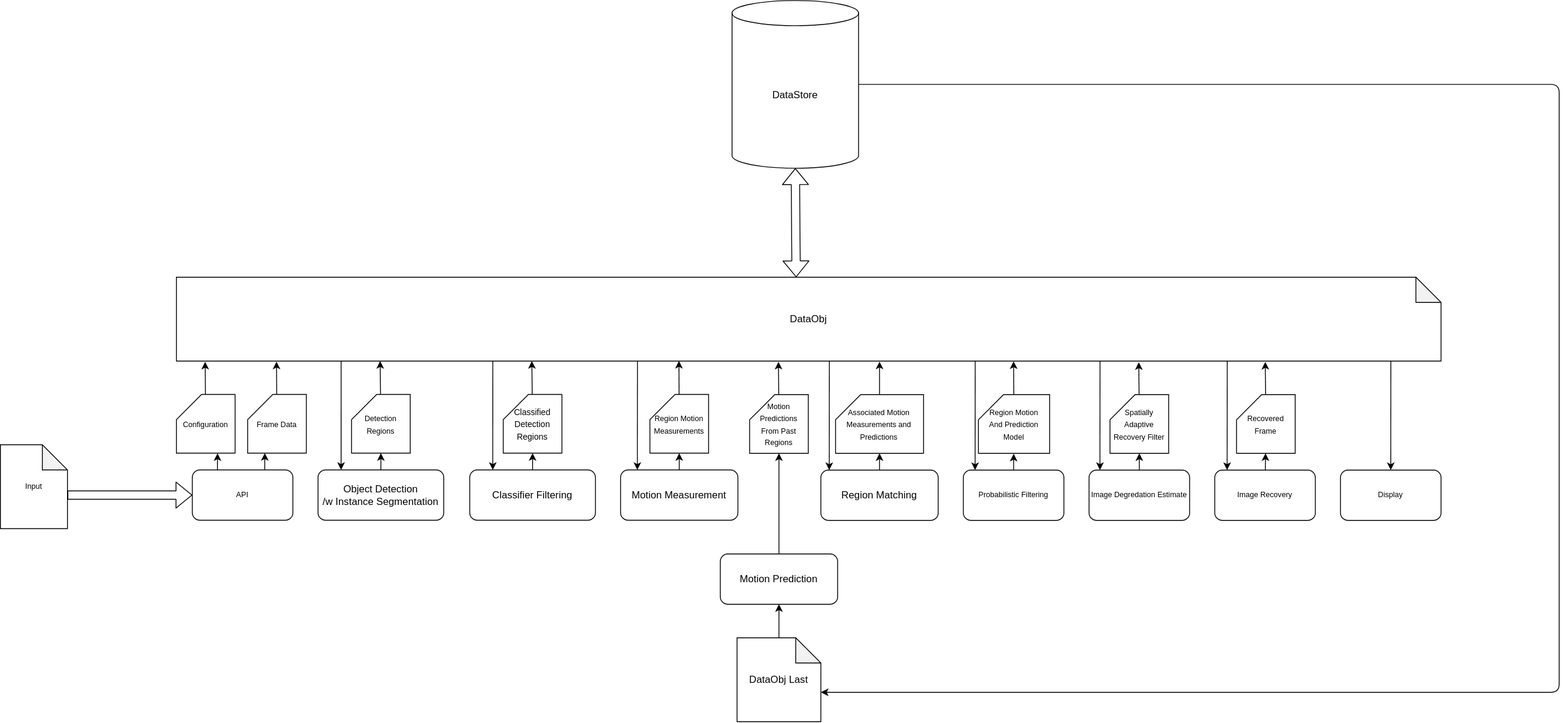
emlyons/mcf keeps this draw.io diagram as docs/dataflow.drawio.svg. Above is the earlier version. Source tidied: cells renumbered, new cells last; positions are measured from the earlier drawing's top-left corner, leaving out a move shared by most shapes.
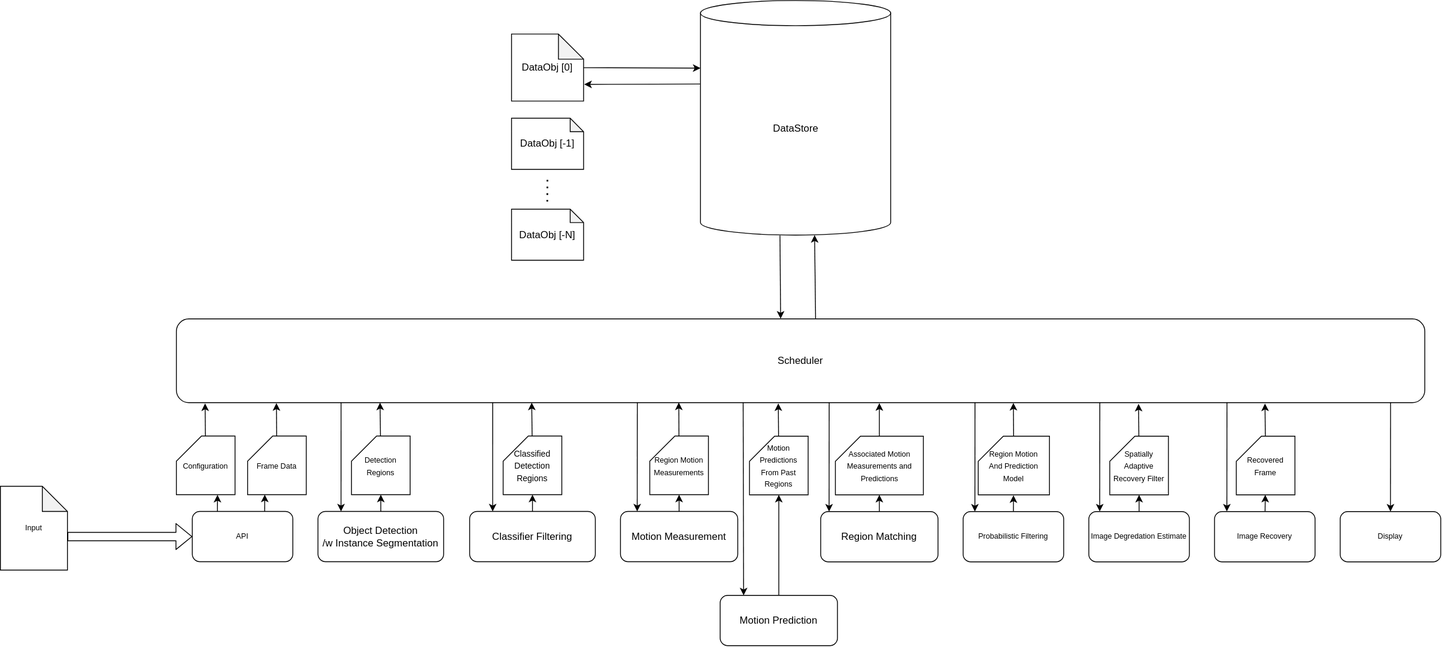
The same diagram one commit later.

Commit message:
added scheduler to design docs

The edit, as a diff of the source:
```diff
@@ -2,17 +2,6 @@
   <root>
     <mxCell id="0" />
     <mxCell id="1" parent="0" />
-    <mxCell id="2" style="edgeStyle=none;html=1;entryX=0;entryY=0;entryDx=100;entryDy=65;entryPerimeter=0;fontSize=9;exitX=1;exitY=0.5;exitDx=0;exitDy=0;exitPerimeter=0;" parent="1" edge="1" source="56" target="46">
-      <mxGeometry relative="1" as="geometry">
-        <Array as="points">
-          <mxPoint x="1860" y="100" />
-          <mxPoint x="1860" y="825" />
-        </Array>
-      </mxGeometry>
-    </mxCell>
-    <mxCell id="3" value="DataObj" style="shape=note;whiteSpace=wrap;html=1;backgroundOutline=1;darkOpacity=0.05;" parent="1" vertex="1">
-      <mxGeometry x="210" y="330" width="1509" height="100" as="geometry" />
-    </mxCell>
     <mxCell id="4" style="edgeStyle=none;html=1;entryX=0.5;entryY=1;entryDx=0;entryDy=0;entryPerimeter=0;" parent="1" edge="1" source="5" target="9">
       <mxGeometry relative="1" as="geometry" />
     </mxCell>
@@ -61,8 +50,10 @@
     <mxCell id="17" value="Region Matching" style="rounded=1;whiteSpace=wrap;html=1;" parent="1" vertex="1">
       <mxGeometry x="979" y="560" width="140" height="60" as="geometry" />
     </mxCell>
-    <mxCell id="18" style="edgeStyle=none;html=1;entryX=0.556;entryY=1.006;entryDx=0;entryDy=0;entryPerimeter=0;fontSize=9;" parent="1" edge="1" source="19" target="3">
-      <mxGeometry relative="1" as="geometry" />
+    <mxCell id="18" style="edgeStyle=none;html=1;entryX=0.556;entryY=1.006;entryDx=0;entryDy=0;entryPerimeter=0;fontSize=9;" parent="1" edge="1" source="19">
+      <mxGeometry relative="1" as="geometry">
+        <mxPoint x="1049" y="430.6" as="targetPoint" />
+      </mxGeometry>
     </mxCell>
     <mxCell id="19" value="&lt;font style=&quot;font-size: 9px;&quot;&gt;Associated Motion Measurements and Predictions&lt;/font&gt;" style="shape=card;whiteSpace=wrap;html=1;" parent="1" vertex="1">
       <mxGeometry x="996.5" y="470" width="105" height="70" as="geometry" />
@@ -73,8 +64,10 @@
     <mxCell id="21" style="edgeStyle=none;html=1;entryX=0.495;entryY=1.008;entryDx=0;entryDy=0;entryPerimeter=0;exitX=0.5;exitY=0;exitDx=0;exitDy=0;" parent="1" edge="1" source="20" target="23">
       <mxGeometry relative="1" as="geometry" />
     </mxCell>
-    <mxCell id="22" style="edgeStyle=none;html=1;fontSize=9;entryX=0.662;entryY=1.003;entryDx=0;entryDy=0;entryPerimeter=0;" parent="1" edge="1" source="23" target="3">
-      <mxGeometry relative="1" as="geometry" />
+    <mxCell id="22" style="edgeStyle=none;html=1;fontSize=9;entryX=0.662;entryY=1.003;entryDx=0;entryDy=0;entryPerimeter=0;" parent="1" edge="1" source="23">
+      <mxGeometry relative="1" as="geometry">
+        <mxPoint x="1209" y="430.3" as="targetPoint" />
+      </mxGeometry>
     </mxCell>
     <mxCell id="23" value="&lt;font style=&quot;font-size: 9px;&quot;&gt;Region Motion&lt;br&gt;And Prediction Model&lt;br&gt;&lt;/font&gt;" style="shape=card;whiteSpace=wrap;html=1;" parent="1" vertex="1">
       <mxGeometry x="1167" y="470" width="85" height="70" as="geometry" />
@@ -91,14 +84,18 @@
     <mxCell id="27" value="Image Recovery" style="rounded=1;whiteSpace=wrap;html=1;fontSize=9;" parent="1" vertex="1">
       <mxGeometry x="1449" y="560" width="120" height="60" as="geometry" />
     </mxCell>
-    <mxCell id="28" style="edgeStyle=none;html=1;fontSize=9;entryX=0.761;entryY=1.014;entryDx=0;entryDy=0;entryPerimeter=0;" parent="1" edge="1" source="29" target="3">
-      <mxGeometry relative="1" as="geometry" />
+    <mxCell id="28" style="edgeStyle=none;html=1;fontSize=9;entryX=0.761;entryY=1.014;entryDx=0;entryDy=0;entryPerimeter=0;" parent="1" edge="1" source="29">
+      <mxGeometry relative="1" as="geometry">
+        <mxPoint x="1358.3" y="431.4" as="targetPoint" />
+      </mxGeometry>
     </mxCell>
     <mxCell id="29" value="&lt;font style=&quot;font-size: 9px;&quot;&gt;Spatially Adaptive Recovery Filter&lt;/font&gt;" style="shape=card;whiteSpace=wrap;html=1;" parent="1" vertex="1">
       <mxGeometry x="1324" y="470" width="70" height="70" as="geometry" />
     </mxCell>
-    <mxCell id="30" style="edgeStyle=none;html=1;entryX=0.861;entryY=1.01;entryDx=0;entryDy=0;entryPerimeter=0;fontSize=9;" parent="1" edge="1" source="31" target="3">
-      <mxGeometry relative="1" as="geometry" />
+    <mxCell id="30" style="edgeStyle=none;html=1;entryX=0.861;entryY=1.01;entryDx=0;entryDy=0;entryPerimeter=0;fontSize=9;" parent="1" edge="1" source="31">
+      <mxGeometry relative="1" as="geometry">
+        <mxPoint x="1509.2" y="431" as="targetPoint" />
+      </mxGeometry>
     </mxCell>
     <mxCell id="31" value="&lt;font style=&quot;font-size: 9px;&quot;&gt;Recovered Frame&lt;/font&gt;" style="shape=card;whiteSpace=wrap;html=1;" parent="1" vertex="1">
       <mxGeometry x="1475" y="470" width="70" height="70" as="geometry" />
@@ -164,12 +161,6 @@
         <mxPoint x="1463.7" y="559.9" as="targetPoint" />
       </mxGeometry>
     </mxCell>
-    <mxCell id="45" style="edgeStyle=none;html=1;entryX=0.5;entryY=1;entryDx=0;entryDy=0;fontSize=9;" parent="1" edge="1" source="46" target="13">
-      <mxGeometry relative="1" as="geometry" />
-    </mxCell>
-    <mxCell id="46" value="DataObj Last" style="shape=note;whiteSpace=wrap;html=1;backgroundOutline=1;darkOpacity=0.05;" parent="1" vertex="1">
-      <mxGeometry x="879" y="760" width="100" height="100" as="geometry" />
-    </mxCell>
     <mxCell id="47" value="Display" style="rounded=1;whiteSpace=wrap;html=1;fontSize=9;" parent="1" vertex="1">
       <mxGeometry x="1599" y="560" width="120" height="60" as="geometry" />
     </mxCell>
@@ -207,11 +198,47 @@
         <mxPoint x="587.5" y="559.8" as="targetPoint" />
       </mxGeometry>
     </mxCell>
+    <mxCell id="58" style="edgeStyle=none;html=1;entryX=0.484;entryY=-0.003;entryDx=0;entryDy=0;entryPerimeter=0;exitX=0.418;exitY=1.002;exitDx=0;exitDy=0;exitPerimeter=0;" parent="1" edge="1" source="56" target="63">
+      <mxGeometry relative="1" as="geometry" />
+    </mxCell>
+    <mxCell id="59" style="edgeStyle=none;html=1;exitX=-0.002;exitY=0.356;exitDx=0;exitDy=0;exitPerimeter=0;entryX=1.009;entryY=0.751;entryDx=0;entryDy=0;entryPerimeter=0;" parent="1" edge="1" source="56" target="65">
+      <mxGeometry relative="1" as="geometry" />
+    </mxCell>
     <mxCell id="56" value="DataStore" style="shape=cylinder3;whiteSpace=wrap;html=1;boundedLbl=1;backgroundOutline=1;size=15;" parent="1" vertex="1">
-      <mxGeometry x="873" width="151" height="200" as="geometry" />
+      <mxGeometry x="835.5" y="-50" width="227" height="280" as="geometry" />
     </mxCell>
-    <mxCell id="57" style="shape=flexArrow;endArrow=classic;startArrow=classic;html=1;entryX=0.5;entryY=1;entryDx=0;entryDy=0;entryPerimeter=0;exitX=0;exitY=0;exitDx=739.5;exitDy=0;exitPerimeter=0;" parent="1" edge="1" source="3" target="56">
-      <mxGeometry relative="1" as="geometry" />
-    </mxCell>
+    <mxCell id="60" value="DataObj [-N]" style="shape=note;whiteSpace=wrap;html=1;backgroundOutline=1;darkOpacity=0.05;size=16;" parent="1" vertex="1">
+      <mxGeometry x="610" y="199" width="86" height="61" as="geometry" />
+    </mxCell>
+    <mxCell id="61" style="edgeStyle=none;html=1;entryX=0.6;entryY=1;entryDx=0;entryDy=0;entryPerimeter=0;exitX=0.512;exitY=-0.005;exitDx=0;exitDy=0;exitPerimeter=0;" parent="1" edge="1" source="63" target="56">
+      <mxGeometry relative="1" as="geometry" />
+    </mxCell>
+    <mxCell id="62" style="edgeStyle=none;html=1;exitX=0.456;exitY=1;exitDx=0;exitDy=0;exitPerimeter=0;" parent="1" edge="1">
+      <mxGeometry relative="1" as="geometry">
+        <mxPoint x="886.4" y="430" as="sourcePoint" />
+        <mxPoint x="887" y="660" as="targetPoint" />
+      </mxGeometry>
+    </mxCell>
+    <mxCell id="63" value="Scheduler" style="rounded=1;whiteSpace=wrap;html=1;" parent="1" vertex="1">
+      <mxGeometry x="210" y="330" width="1490" height="100" as="geometry" />
+    </mxCell>
+    <mxCell id="64" style="edgeStyle=none;html=1;entryX=0;entryY=0.288;entryDx=0;entryDy=0;entryPerimeter=0;" parent="1" edge="1" source="65" target="56">
+      <mxGeometry relative="1" as="geometry" />
+    </mxCell>
+    <mxCell id="65" value="DataObj [0]" style="shape=note;whiteSpace=wrap;html=1;backgroundOutline=1;darkOpacity=0.05;" parent="1" vertex="1">
+      <mxGeometry x="610" y="-10" width="86" height="80" as="geometry" />
+    </mxCell>
+    <mxCell id="66" style="endArrow=none;dashed=1;html=1;dashPattern=1 3;strokeWidth=2;" parent="1" edge="1">
+      <mxGeometry relative="1" as="geometry">
+        <mxPoint x="652.7" y="190" as="sourcePoint" />
+        <mxPoint x="652.9" y="160" as="targetPoint" />
+        <Array as="points">
+          <mxPoint x="653" y="189.5" />
+        </Array>
+      </mxGeometry>
+    </mxCell>
+    <mxCell id="67" value="DataObj [-1]" style="shape=note;whiteSpace=wrap;html=1;backgroundOutline=1;darkOpacity=0.05;size=16;" parent="1" vertex="1">
+      <mxGeometry x="610" y="90.5" width="86" height="61" as="geometry" />
+    </mxCell>
   </root>
 </mxGraphModel>
```
